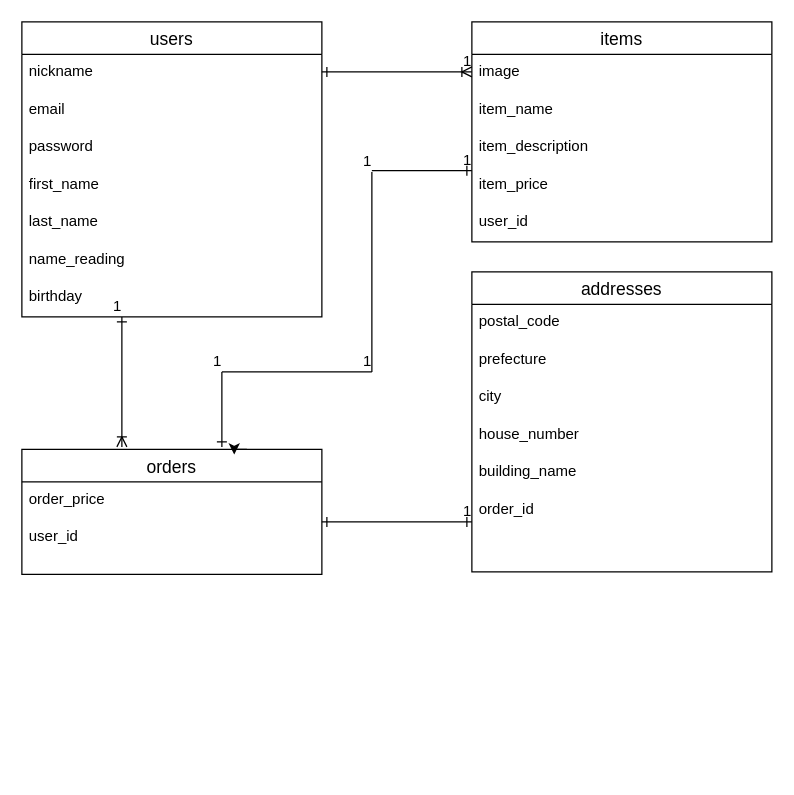
The draw.io diagram furima.dio in hirokazu1209/furima-34850, before the edit. Source tidied: cells renumbered, new cells numbered last; positions are measured from the earlier drawing's top-left corner, leaving out a move shared by most shapes. Both pictures are drawn from the tidied source at 125%, with x=0, y=0 at pixel (21, 21).
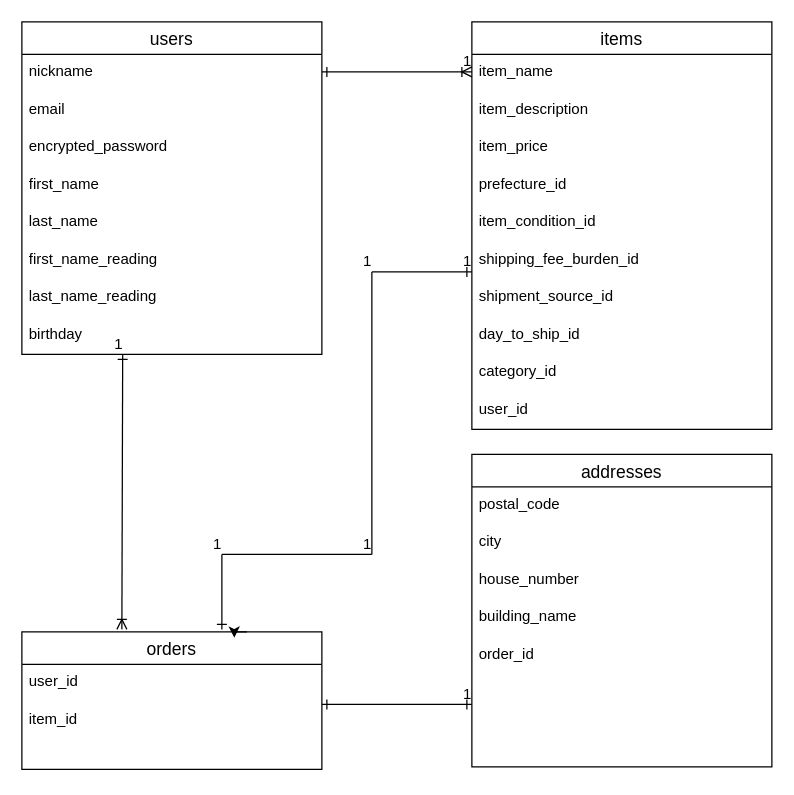
The same page after the edit.

Commit message (it also covers changes not shown here):
データベース設計_ご指摘箇所の修正

Change to the diagram source:
```diff
@@
     <mxCell id="2" value="orders" style="swimlane;fontStyle=0;horizontal=1;startSize=26;align=center;fontSize=14;" parent="1" vertex="1">
-      <mxGeometry y="342" width="240" height="100" as="geometry" />
+      <mxGeometry y="488" width="240" height="110" as="geometry" />
     </mxCell>
-    <mxCell id="3" value="order_price" style="text;strokeColor=none;fillColor=none;spacingLeft=4;spacingRight=4;overflow=hidden;fontSize=12;" parent="2" vertex="1">
+    <mxCell id="3" value="user_id" style="text;strokeColor=none;fillColor=none;spacingLeft=4;spacingRight=4;overflow=hidden;fontSize=12;" parent="2" vertex="1">
       <mxGeometry y="26" width="240" height="30" as="geometry" />
     </mxCell>
-    <mxCell id="4" value="user_id" style="text;strokeColor=none;fillColor=none;spacingLeft=4;spacingRight=4;overflow=hidden;fontSize=12;" parent="2" vertex="1">
-      <mxGeometry y="56" width="240" height="44" as="geometry" />
+    <mxCell id="4" value="item_id" style="text;strokeColor=none;fillColor=none;spacingLeft=4;spacingRight=4;overflow=hidden;fontSize=12;" parent="2" vertex="1">
+      <mxGeometry y="56" width="240" height="54" as="geometry" />
     </mxCell>
@@
     <mxCell id="6" value="items" style="swimlane;fontStyle=0;horizontal=1;startSize=26;align=center;fontSize=14;" parent="1" vertex="1">
-      <mxGeometry x="360" width="240" height="176" as="geometry" />
+      <mxGeometry x="360" width="240" height="326" as="geometry" />
     </mxCell>
-    <mxCell id="7" value="image" style="text;strokeColor=none;fillColor=none;spacingLeft=4;spacingRight=4;overflow=hidden;fontSize=12;" parent="6" vertex="1">
-      <mxGeometry y="26" width="240" height="30" as="geometry" />
-    </mxCell>
     <mxCell id="8" value="item_name" style="text;strokeColor=none;fillColor=none;spacingLeft=4;spacingRight=4;overflow=hidden;fontSize=12;" parent="6" vertex="1">
-      <mxGeometry y="56" width="240" height="30" as="geometry" />
+      <mxGeometry y="26" width="240" height="30" as="geometry" />
     </mxCell>
     <mxCell id="9" value="item_description" style="text;strokeColor=none;fillColor=none;spacingLeft=4;spacingRight=4;overflow=hidden;fontSize=12;" parent="6" vertex="1">
-      <mxGeometry y="86" width="240" height="30" as="geometry" />
+      <mxGeometry y="56" width="240" height="30" as="geometry" />
     </mxCell>
     <mxCell id="10" value="item_price" style="text;strokeColor=none;fillColor=none;spacingLeft=4;spacingRight=4;overflow=hidden;fontSize=12;" parent="6" vertex="1">
-      <mxGeometry y="116" width="240" height="30" as="geometry" />
+      <mxGeometry y="86" width="240" height="30" as="geometry" />
     </mxCell>
-    <mxCell id="11" value="user_id" style="text;strokeColor=none;fillColor=none;spacingLeft=4;spacingRight=4;overflow=hidden;fontSize=12;" parent="6" vertex="1">
-      <mxGeometry y="146" width="240" height="30" as="geometry" />
+    <mxCell id="11" value="prefecture_id" style="text;strokeColor=none;fillColor=none;spacingLeft=4;spacingRight=4;overflow=hidden;fontSize=12;" parent="6" vertex="1">
+      <mxGeometry y="116" width="240" height="30" as="geometry" />
     </mxCell>
+    <mxCell id="41" value="item_condition_id" style="text;strokeColor=none;fillColor=none;spacingLeft=4;spacingRight=4;overflow=hidden;fontSize=12;" parent="6" vertex="1">
+      <mxGeometry y="146" width="240" height="30" as="geometry" />
+    </mxCell>
+    <mxCell id="42" value="shipping_fee_burden_id" style="text;strokeColor=none;fillColor=none;spacingLeft=4;spacingRight=4;overflow=hidden;fontSize=12;" parent="6" vertex="1">
+      <mxGeometry y="176" width="240" height="30" as="geometry" />
+    </mxCell>
+    <mxCell id="43" value="shipment_source_id" style="text;strokeColor=none;fillColor=none;spacingLeft=4;spacingRight=4;overflow=hidden;fontSize=12;" parent="6" vertex="1">
+      <mxGeometry y="206" width="240" height="30" as="geometry" />
+    </mxCell>
+    <mxCell id="44" value="day_to_ship_id" style="text;strokeColor=none;fillColor=none;spacingLeft=4;spacingRight=4;overflow=hidden;fontSize=12;" parent="6" vertex="1">
+      <mxGeometry y="236" width="240" height="30" as="geometry" />
+    </mxCell>
+    <mxCell id="45" value="category_id" style="text;strokeColor=none;fillColor=none;spacingLeft=4;spacingRight=4;overflow=hidden;fontSize=12;" parent="6" vertex="1">
+      <mxGeometry y="266" width="240" height="30" as="geometry" />
+    </mxCell>
+    <mxCell id="46" value="user_id" style="text;strokeColor=none;fillColor=none;spacingLeft=4;spacingRight=4;overflow=hidden;fontSize=12;" parent="6" vertex="1">
+      <mxGeometry y="296" width="240" height="30" as="geometry" />
+    </mxCell>
     <mxCell id="12" value="users" style="swimlane;fontStyle=0;horizontal=1;startSize=26;align=center;fontSize=14;" parent="1" vertex="1">
-      <mxGeometry width="240" height="236" as="geometry" />
+      <mxGeometry width="240" height="266" as="geometry" />
     </mxCell>
@@
-    <mxCell id="15" value="password" style="text;strokeColor=none;fillColor=none;spacingLeft=4;spacingRight=4;overflow=hidden;fontSize=12;" parent="12" vertex="1">
+    <mxCell id="15" value="encrypted_password" style="text;strokeColor=none;fillColor=none;spacingLeft=4;spacingRight=4;overflow=hidden;fontSize=12;" parent="12" vertex="1">
       <mxGeometry y="86" width="240" height="30" as="geometry" />
     </mxCell>
@@
-    <mxCell id="18" value="name_reading" style="text;strokeColor=none;fillColor=none;spacingLeft=4;spacingRight=4;overflow=hidden;fontSize=12;" parent="12" vertex="1">
+    <mxCell id="18" value="first_name_reading" style="text;strokeColor=none;fillColor=none;spacingLeft=4;spacingRight=4;overflow=hidden;fontSize=12;" parent="12" vertex="1">
       <mxGeometry y="176" width="240" height="30" as="geometry" />
     </mxCell>
-    <mxCell id="19" value="birthday" style="text;strokeColor=none;fillColor=none;spacingLeft=4;spacingRight=4;overflow=hidden;points=[[0,0.5],[1,0.5]];portConstraint=eastwest;fontSize=12;" parent="12" vertex="1">
-      <mxGeometry y="206" width="240" height="30" as="geometry" />
-    </mxCell>
     <mxCell id="20" style="endArrow=none;html=1;rounded=0;startArrow=ERone;startFill=0;" parent="12" edge="1">
       <mxGeometry relative="1" as="geometry">
-        <mxPoint x="160" y="340" as="sourcePoint" />
-        <mxPoint x="160" y="280" as="targetPoint" />
+        <mxPoint x="160" y="486" as="sourcePoint" />
+        <mxPoint x="160" y="426" as="targetPoint" />
       </mxGeometry>
     </mxCell>
@@
+    <mxCell id="47" value="last_name_reading" style="text;strokeColor=none;fillColor=none;spacingLeft=4;spacingRight=4;overflow=hidden;fontSize=12;" parent="12" vertex="1">
+      <mxGeometry y="206" width="240" height="30" as="geometry" />
+    </mxCell>
+    <mxCell id="19" value="birthday" style="text;strokeColor=none;fillColor=none;spacingLeft=4;spacingRight=4;overflow=hidden;points=[[0,0.5],[1,0.5]];portConstraint=eastwest;fontSize=12;" parent="12" vertex="1">
+      <mxGeometry y="236" width="240" height="30" as="geometry" />
+    </mxCell>
-    <mxCell id="22" style="endArrow=ERone;html=1;rounded=0;endFill=0;startArrow=ERoneToMany;startFill=0;" parent="1" edge="1">
+    <mxCell id="22" style="endArrow=ERone;html=1;rounded=0;endFill=0;startArrow=ERoneToMany;startFill=0;entryX=0.336;entryY=1;entryDx=0;entryDy=0;entryPerimeter=0;" parent="1" edge="1" target="19">
       <mxGeometry relative="1" as="geometry">
-        <mxPoint x="80" y="340" as="sourcePoint" />
-        <mxPoint x="80" y="236" as="targetPoint" />
+        <mxPoint x="80" y="486" as="sourcePoint" />
       </mxGeometry>
     </mxCell>
@@
     <mxCell id="26" style="endArrow=none;html=1;rounded=0;" parent="1" edge="1">
       <mxGeometry relative="1" as="geometry">
-        <mxPoint x="160" y="280" as="sourcePoint" />
-        <mxPoint x="280" y="280" as="targetPoint" />
+        <mxPoint x="160" y="426" as="sourcePoint" />
+        <mxPoint x="280" y="426" as="targetPoint" />
       </mxGeometry>
     </mxCell>
@@
     <mxCell id="28" style="endArrow=none;html=1;rounded=0;" parent="1" edge="1">
       <mxGeometry relative="1" as="geometry">
-        <mxPoint x="280" y="280" as="sourcePoint" />
-        <mxPoint x="280" y="120" as="targetPoint" />
+        <mxPoint x="280" y="426" as="sourcePoint" />
+        <mxPoint x="280" y="200" as="targetPoint" />
       </mxGeometry>
     </mxCell>
@@
     <mxCell id="30" style="endArrow=ERone;html=1;rounded=0;endFill=0;" parent="1" edge="1">
       <mxGeometry relative="1" as="geometry">
-        <mxPoint x="280" y="119" as="sourcePoint" />
-        <mxPoint x="360" y="119" as="targetPoint" />
+        <mxPoint x="280" y="200" as="sourcePoint" />
+        <mxPoint x="360" y="200" as="targetPoint" />
       </mxGeometry>
     </mxCell>
@@
     <mxCell id="32" value="addresses" style="swimlane;fontStyle=0;horizontal=1;startSize=26;align=center;fontSize=14;" parent="1" vertex="1">
-      <mxGeometry x="360" y="200" width="240" height="240" as="geometry" />
+      <mxGeometry x="360" y="346" width="240" height="250" as="geometry" />
     </mxCell>
@@
-    <mxCell id="34" value="prefecture" style="text;strokeColor=none;fillColor=none;spacingLeft=4;spacingRight=4;overflow=hidden;fontSize=12;" parent="32" vertex="1">
-      <mxGeometry y="56" width="240" height="30" as="geometry" />
-    </mxCell>
     <mxCell id="35" value="city" style="text;strokeColor=none;fillColor=none;spacingLeft=4;spacingRight=4;overflow=hidden;fontSize=12;" parent="32" vertex="1">
-      <mxGeometry y="86" width="240" height="30" as="geometry" />
+      <mxGeometry y="56" width="240" height="30" as="geometry" />
     </mxCell>
     <mxCell id="36" value="house_number" style="text;strokeColor=none;fillColor=none;spacingLeft=4;spacingRight=4;overflow=hidden;fontSize=12;" parent="32" vertex="1">
-      <mxGeometry y="116" width="240" height="30" as="geometry" />
+      <mxGeometry y="86" width="240" height="30" as="geometry" />
     </mxCell>
     <mxCell id="37" value="building_name" style="text;strokeColor=none;fillColor=none;spacingLeft=4;spacingRight=4;overflow=hidden;fontSize=12;" parent="32" vertex="1">
-      <mxGeometry y="146" width="240" height="30" as="geometry" />
+      <mxGeometry y="116" width="240" height="30" as="geometry" />
     </mxCell>
     <mxCell id="38" value="order_id" style="text;strokeColor=none;fillColor=none;spacingLeft=4;spacingRight=4;overflow=hidden;fontSize=12;" parent="32" vertex="1">
-      <mxGeometry y="176" width="240" height="64" as="geometry" />
+      <mxGeometry y="146" width="240" height="104" as="geometry" />
     </mxCell>
     <mxCell id="39" style="endArrow=ERone;html=1;rounded=0;startArrow=ERone;startFill=0;endFill=0;" parent="1" edge="1">
       <mxGeometry relative="1" as="geometry">
-        <mxPoint x="240" y="400" as="sourcePoint" />
-        <mxPoint x="360" y="400" as="targetPoint" />
+        <mxPoint x="240" y="546" as="sourcePoint" />
+        <mxPoint x="360" y="546" as="targetPoint" />
       </mxGeometry>
     </mxCell>
```
